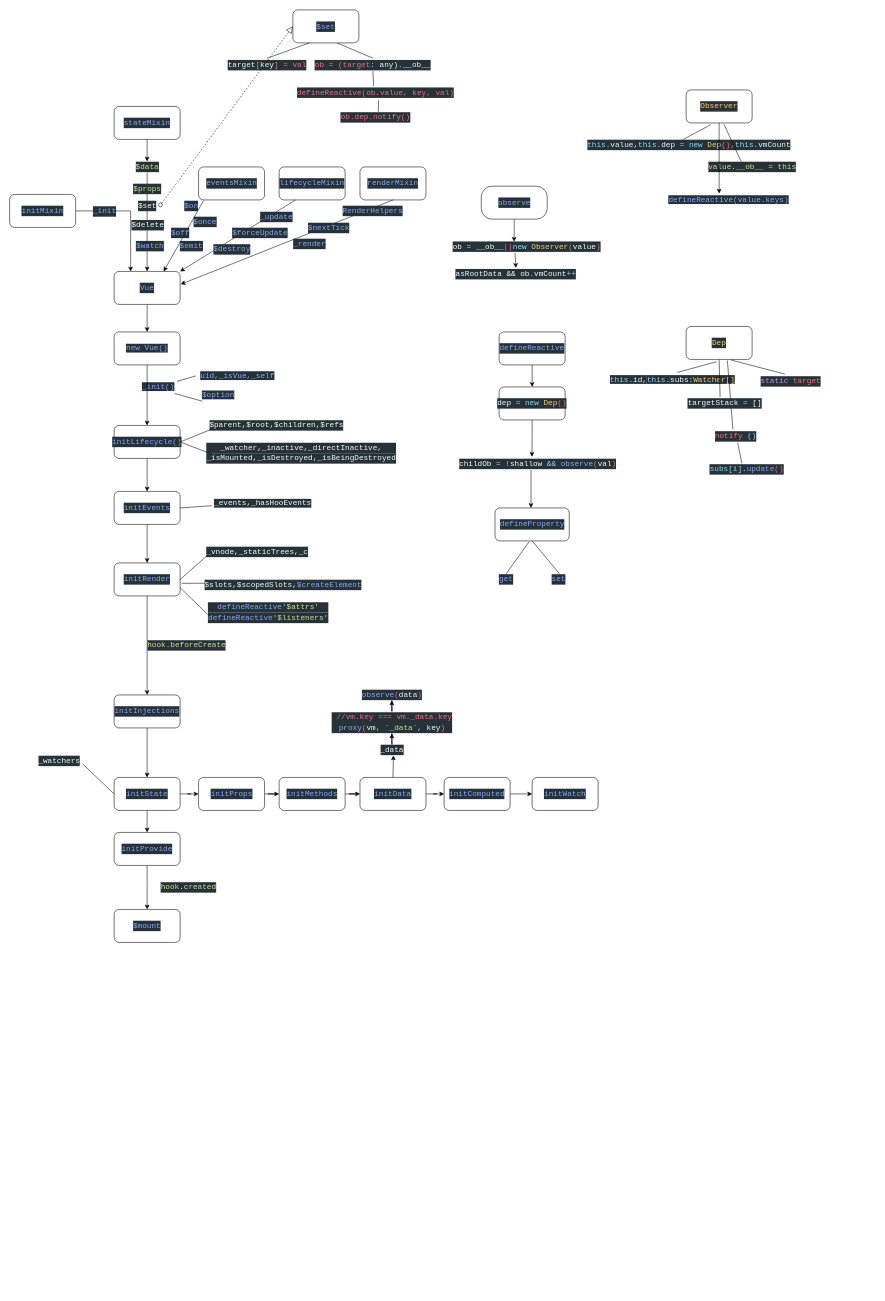
Earlier version of the draw.io diagram VueTimeline.drawio (Immanding/instanceTimeline). Source tidied: cells renumbered, new cells numbered last; positions are measured from the earlier drawing's top-left corner, leaving out a move shared by most shapes. Both pictures are drawn from the tidied source at 55%, with x=0, y=0 at pixel (9, 9).
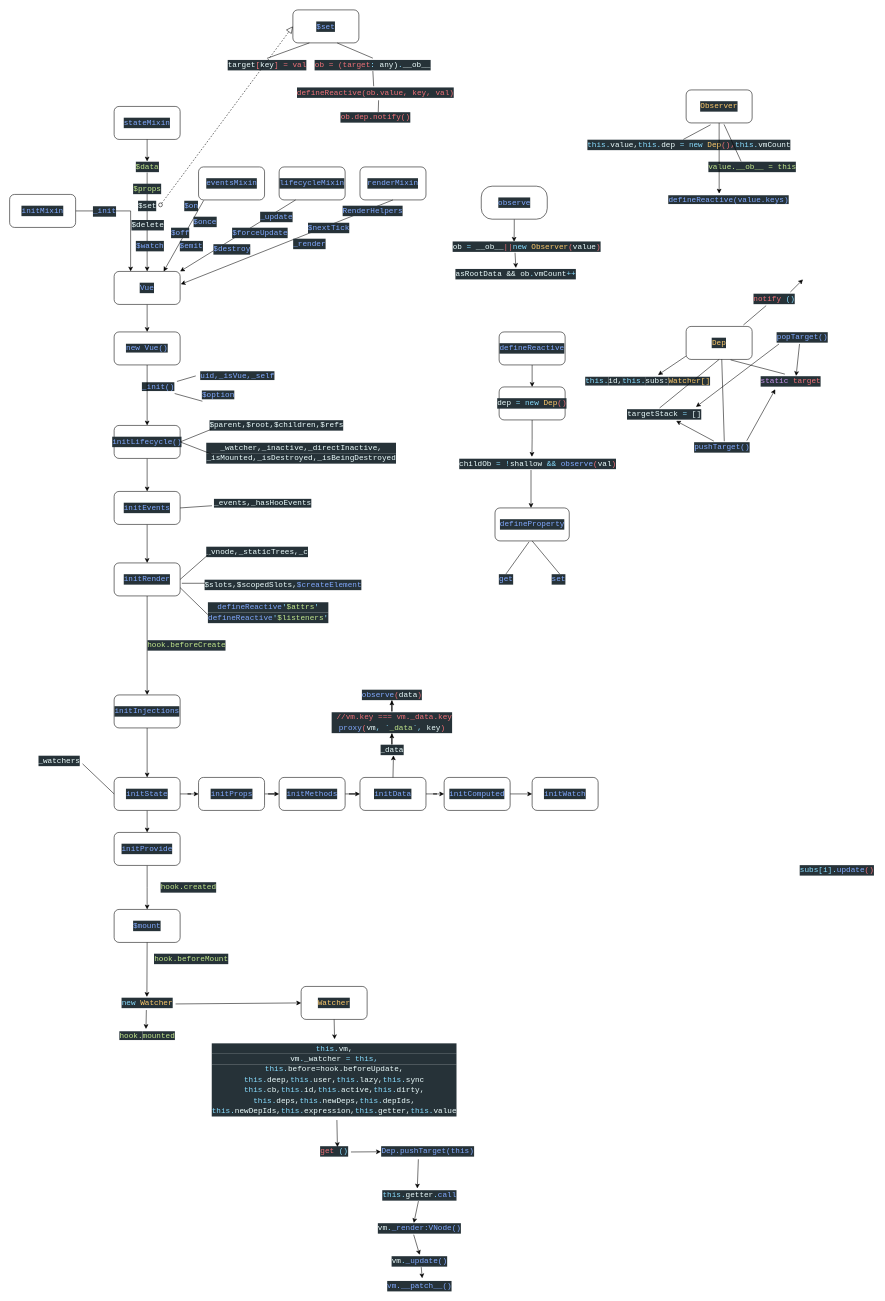
Above is the later version.

Unchanged cells that the change refers to:
```xml
<mxCell id="28" value="&lt;div style=&quot;color: rgb(238 , 255 , 255) ; background-color: rgb(38 , 50 , 56) ; font-family: &amp;#34;consolas&amp;#34; , &amp;#34;courier new&amp;#34; , monospace ; font-size: 14px ; line-height: 19px ; white-space: pre&quot;&gt;&lt;span style=&quot;color: #82aaff&quot;&gt;$mount&lt;/span&gt;&lt;/div&gt;" style="rounded=1;whiteSpace=wrap;html=1;" parent="1" vertex="1">
  <mxGeometry x="190" y="1636" width="120" height="60" as="geometry" />
</mxCell>
<mxCell id="84" value="&lt;div style=&quot;color: rgb(238 , 255 , 255) ; background-color: rgb(38 , 50 , 56) ; font-family: &amp;#34;consolas&amp;#34; , &amp;#34;courier new&amp;#34; , monospace ; font-size: 14px ; line-height: 19px ; white-space: pre&quot;&gt;&lt;span style=&quot;color: #ffcb6b&quot;&gt;Dep&lt;/span&gt;&lt;/div&gt;" style="rounded=1;whiteSpace=wrap;html=1;" parent="1" vertex="1">
  <mxGeometry x="1230" y="576" width="120" height="60" as="geometry" />
</mxCell>
<mxCell id="122" value="&lt;div style=&quot;color: rgb(238 , 255 , 255) ; background-color: rgb(38 , 50 , 56) ; font-family: &amp;#34;consolas&amp;#34; , &amp;#34;courier new&amp;#34; , monospace ; font-size: 14px ; line-height: 19px ; white-space: pre&quot;&gt;&lt;span style=&quot;color: #c792ea&quot;&gt;static&lt;/span&gt;&amp;nbsp;&lt;span style=&quot;color: #f07178&quot;&gt;target&lt;/span&gt;&lt;/div&gt;" style="text;html=1;align=center;verticalAlign=middle;points=[];" parent="1" vertex="1">
  <mxGeometry x="1360" y="666" width="120" height="20" as="geometry" />
</mxCell>
```

Diff of the diagram source:
```diff
@@
     <mxCell id="85" value="&lt;span style=&quot;font-family: &amp;#34;consolas&amp;#34; , &amp;#34;courier new&amp;#34; , monospace ; font-size: 14px ; white-space: pre ; background-color: rgb(38 , 50 , 56) ; color: rgb(137 , 221 , 255)&quot;&gt;this.&lt;/span&gt;&lt;span style=&quot;color: rgb(238 , 255 , 255) ; font-family: &amp;#34;consolas&amp;#34; , &amp;#34;courier new&amp;#34; , monospace ; font-size: 14px ; white-space: pre ; background-color: rgb(38 , 50 , 56)&quot;&gt;id,&lt;/span&gt;&lt;span style=&quot;font-family: &amp;#34;consolas&amp;#34; , &amp;#34;courier new&amp;#34; , monospace ; font-size: 14px ; white-space: pre ; background-color: rgb(38 , 50 , 56) ; color: rgb(137 , 221 , 255)&quot;&gt;this.&lt;/span&gt;&lt;span style=&quot;color: rgb(238 , 255 , 255) ; font-family: &amp;#34;consolas&amp;#34; , &amp;#34;courier new&amp;#34; , monospace ; font-size: 14px ; white-space: pre ; background-color: rgb(38 , 50 , 56)&quot;&gt;subs:&lt;/span&gt;&lt;span style=&quot;font-family: &amp;#34;consolas&amp;#34; , &amp;#34;courier new&amp;#34; , monospace ; font-size: 14px ; white-space: pre ; background-color: rgb(38 , 50 , 56)&quot;&gt;&lt;font color=&quot;#ffcb6b&quot;&gt;Watcher[]&lt;/font&gt;&lt;/span&gt;" style="text;html=1;align=center;verticalAlign=middle;points=[];" parent="1" vertex="1">
-      <mxGeometry x="1095" y="663" width="220" height="20" as="geometry" />
+      <mxGeometry x="1050" y="666" width="220" height="20" as="geometry" />
     </mxCell>
-    <mxCell id="86" style="endArrow=none;html=1;entryX=0.461;entryY=1.069;entryDx=0;entryDy=0;entryPerimeter=0;exitX=0.541;exitY=-0.167;exitDx=0;exitDy=0;exitPerimeter=0;" parent="1" edge="1" source="85" target="84">
-      <mxGeometry relative="1" as="geometry" />
-    </mxCell>
@@
     <mxCell id="119" value="&lt;div style=&quot;color: rgb(238 , 255 , 255) ; background-color: rgb(38 , 50 , 56) ; font-family: &amp;#34;consolas&amp;#34; , &amp;#34;courier new&amp;#34; , monospace ; font-size: 14px ; line-height: 19px ; white-space: pre&quot;&gt;&lt;span style=&quot;color: #f07178&quot;&gt;notify&lt;/span&gt;&amp;nbsp;&lt;span style=&quot;color: #89ddff&quot;&gt;()&lt;/span&gt;&lt;/div&gt;" style="text;html=1;align=center;verticalAlign=middle;points=[];" parent="1" vertex="1">
-      <mxGeometry x="1280" y="766" width="80" height="20" as="geometry" />
+      <mxGeometry x="1350" y="516" width="80" height="20" as="geometry" />
     </mxCell>
-    <mxCell id="120" style="endArrow=none;html=1;exitX=0.625;exitY=1.033;exitDx=0;exitDy=0;exitPerimeter=0;entryX=0.438;entryY=-0.15;entryDx=0;entryDy=0;entryPerimeter=0;" parent="1" edge="1" source="84" target="119">
-      <mxGeometry relative="1" as="geometry" />
-    </mxCell>
@@
     <mxCell id="123" value="&lt;div style=&quot;color: rgb(238 , 255 , 255) ; background-color: rgb(38 , 50 , 56) ; font-family: &amp;#34;consolas&amp;#34; , &amp;#34;courier new&amp;#34; , monospace ; font-size: 14px ; line-height: 19px ; white-space: pre&quot;&gt;targetStack&amp;nbsp;&lt;span style=&quot;color: #89ddff&quot;&gt;=&lt;/span&gt;&amp;nbsp;[]&lt;/div&gt;" style="text;html=1;align=center;verticalAlign=middle;points=[];" parent="1" vertex="1">
-      <mxGeometry x="1230" y="706" width="140" height="20" as="geometry" />
+      <mxGeometry x="1120" y="726" width="140" height="20" as="geometry" />
     </mxCell>
@@
     <mxCell id="125" value="&lt;div style=&quot;color: rgb(238 , 255 , 255) ; background-color: rgb(38 , 50 , 56) ; font-family: &amp;#34;consolas&amp;#34; , &amp;#34;courier new&amp;#34; , monospace ; font-size: 14px ; line-height: 19px ; white-space: pre&quot;&gt;&lt;span style=&quot;color: #89ddff&quot;&gt;subs[i].&lt;/span&gt;&lt;span style=&quot;color: #82aaff&quot;&gt;update&lt;/span&gt;&lt;span style=&quot;color: #f07178&quot;&gt;()&lt;/span&gt;&lt;/div&gt;" style="text;html=1;align=center;verticalAlign=middle;points=[];" parent="1" vertex="1">
-      <mxGeometry x="1270" y="826" width="140" height="20" as="geometry" />
+      <mxGeometry x="1434" y="1554.5" width="140" height="20" as="geometry" />
     </mxCell>
-    <mxCell id="126" style="endArrow=none;html=1;entryX=0.547;entryY=1.059;entryDx=0;entryDy=0;entryPerimeter=0;exitX=0.438;exitY=-0.045;exitDx=0;exitDy=0;exitPerimeter=0;" parent="1" edge="1" source="125" target="119">
-      <mxGeometry relative="1" as="geometry" />
-    </mxCell>
+    <mxCell id="127" value="&lt;div style=&quot;color: rgb(238 , 255 , 255) ; background-color: rgb(38 , 50 , 56) ; font-family: &amp;#34;consolas&amp;#34; , &amp;#34;courier new&amp;#34; , monospace ; font-size: 14px ; line-height: 19px ; white-space: pre&quot;&gt;&lt;span style=&quot;color: #c3e88d&quot;&gt;hook.beforeMount&lt;/span&gt;&lt;/div&gt;" style="text;html=1;align=center;verticalAlign=middle;" parent="1" vertex="1">
+      <mxGeometry x="260" y="1716" width="140" height="20" as="geometry" />
+    </mxCell>
+    <mxCell id="128" value="&lt;div style=&quot;color: rgb(238 , 255 , 255) ; background-color: rgb(38 , 50 , 56) ; font-family: &amp;#34;consolas&amp;#34; , &amp;#34;courier new&amp;#34; , monospace ; font-size: 14px ; line-height: 19px ; white-space: pre&quot;&gt;&lt;span style=&quot;color: #89ddff&quot;&gt;new&lt;/span&gt;&lt;span style=&quot;color: #f07178&quot;&gt;&amp;nbsp;&lt;/span&gt;&lt;span style=&quot;color: #ffcb6b&quot;&gt;Watcher&lt;/span&gt;&lt;/div&gt;" style="text;html=1;align=center;verticalAlign=middle;points=[];" parent="1" vertex="1">
+      <mxGeometry x="200" y="1796" width="100" height="20" as="geometry" />
+    </mxCell>
+    <mxCell id="129" style="endArrow=classic;html=1;exitX=0.5;exitY=1;exitDx=0;exitDy=0;entryX=0.496;entryY=-0.05;entryDx=0;entryDy=0;entryPerimeter=0;" parent="1" edge="1" source="28" target="128">
+      <mxGeometry relative="1" as="geometry" />
+    </mxCell>
+    <mxCell id="130" value="&lt;span style=&quot;color: rgb(195 , 232 , 141) ; font-family: &amp;#34;consolas&amp;#34; , &amp;#34;courier new&amp;#34; , monospace ; font-size: 14px ; white-space: pre ; background-color: rgb(38 , 50 , 56)&quot;&gt;hook.&lt;/span&gt;&lt;span style=&quot;color: rgb(195 , 232 , 141) ; background-color: rgb(38 , 50 , 56) ; font-family: &amp;#34;consolas&amp;#34; , &amp;#34;courier new&amp;#34; , monospace ; font-size: 14px ; white-space: pre&quot;&gt;mounted&lt;/span&gt;" style="text;html=1;align=center;verticalAlign=middle;points=[];" parent="1" vertex="1">
+      <mxGeometry x="195" y="1856" width="110" height="20" as="geometry" />
+    </mxCell>
+    <mxCell id="131" style="endArrow=classic;html=1;exitX=0.486;exitY=1.145;exitDx=0;exitDy=0;exitPerimeter=0;entryX=0.481;entryY=-0.131;entryDx=0;entryDy=0;entryPerimeter=0;" parent="1" edge="1" source="128" target="130">
+      <mxGeometry relative="1" as="geometry" />
+    </mxCell>
+    <mxCell id="132" value="&lt;div style=&quot;color: rgb(238 , 255 , 255) ; background-color: rgb(38 , 50 , 56) ; font-family: &amp;#34;consolas&amp;#34; , &amp;#34;courier new&amp;#34; , monospace ; font-size: 14px ; line-height: 19px ; white-space: pre&quot;&gt;&lt;br&gt;&lt;/div&gt;" style="text;html=1;align=center;verticalAlign=middle;" parent="1" vertex="1">
+      <mxGeometry x="530" y="1776" width="20" height="20" as="geometry" />
+    </mxCell>
+    <mxCell id="133" value="&lt;div style=&quot;color: rgb(238 , 255 , 255) ; background-color: rgb(38 , 50 , 56) ; font-family: &amp;#34;consolas&amp;#34; , &amp;#34;courier new&amp;#34; , monospace ; font-size: 14px ; line-height: 19px ; white-space: pre&quot;&gt;&lt;span style=&quot;color: #ffcb6b&quot;&gt;Watcher&lt;/span&gt;&lt;/div&gt;" style="rounded=1;whiteSpace=wrap;html=1;" parent="1" vertex="1">
+      <mxGeometry x="530" y="1776" width="120" height="60" as="geometry" />
+    </mxCell>
+    <mxCell id="134" value="&lt;div style=&quot;color: rgb(238 , 255 , 255) ; background-color: rgb(38 , 50 , 56) ; font-family: &amp;#34;consolas&amp;#34; , &amp;#34;courier new&amp;#34; , monospace ; font-size: 14px ; line-height: 19px ; white-space: pre&quot;&gt;&lt;span style=&quot;color: #89ddff&quot;&gt;this.&lt;/span&gt;vm,&lt;/div&gt;&lt;div style=&quot;color: rgb(238 , 255 , 255) ; background-color: rgb(38 , 50 , 56) ; font-family: &amp;#34;consolas&amp;#34; , &amp;#34;courier new&amp;#34; , monospace ; font-size: 14px ; line-height: 19px ; white-space: pre&quot;&gt;&lt;span style=&quot;font-family: &amp;#34;consolas&amp;#34; , &amp;#34;courier new&amp;#34; , monospace&quot;&gt;vm&lt;/span&gt;&lt;span style=&quot;font-family: &amp;#34;consolas&amp;#34; , &amp;#34;courier new&amp;#34; , monospace ; color: rgb(137 , 221 , 255)&quot;&gt;.&lt;/span&gt;&lt;span style=&quot;font-family: &amp;#34;consolas&amp;#34; , &amp;#34;courier new&amp;#34; , monospace&quot;&gt;_watcher&lt;/span&gt;&lt;span style=&quot;font-family: &amp;#34;consolas&amp;#34; , &amp;#34;courier new&amp;#34; , monospace ; color: rgb(240 , 113 , 120)&quot;&gt;&amp;nbsp;&lt;/span&gt;&lt;span style=&quot;font-family: &amp;#34;consolas&amp;#34; , &amp;#34;courier new&amp;#34; , monospace ; color: rgb(137 , 221 , 255)&quot;&gt;=&lt;/span&gt;&lt;span style=&quot;font-family: &amp;#34;consolas&amp;#34; , &amp;#34;courier new&amp;#34; , monospace ; color: rgb(240 , 113 , 120)&quot;&gt;&amp;nbsp;&lt;/span&gt;&lt;span style=&quot;font-family: &amp;#34;consolas&amp;#34; , &amp;#34;courier new&amp;#34; , monospace ; color: rgb(137 , 221 , 255)&quot;&gt;this,&lt;/span&gt;&lt;/div&gt;&lt;div style=&quot;color: rgb(238 , 255 , 255) ; background-color: rgb(38 , 50 , 56) ; font-family: &amp;#34;consolas&amp;#34; , &amp;#34;courier new&amp;#34; , monospace ; font-size: 14px ; line-height: 19px ; white-space: pre&quot;&gt;&lt;div style=&quot;font-family: &amp;#34;consolas&amp;#34; , &amp;#34;courier new&amp;#34; , monospace ; line-height: 19px&quot;&gt;&lt;span style=&quot;color: #89ddff&quot;&gt;this.&lt;/span&gt;before=hook.beforeUpdate,&lt;/div&gt;&lt;div style=&quot;font-family: &amp;#34;consolas&amp;#34; , &amp;#34;courier new&amp;#34; , monospace ; line-height: 19px&quot;&gt;&lt;div style=&quot;line-height: 19px&quot;&gt;&lt;span style=&quot;color: #89ddff&quot;&gt;this.&lt;/span&gt;deep,&lt;span style=&quot;color: rgb(137 , 221 , 255)&quot;&gt;this.&lt;/span&gt;user,&lt;span style=&quot;color: rgb(137 , 221 , 255)&quot;&gt;this.&lt;/span&gt;lazy,&lt;span style=&quot;color: rgb(137 , 221 , 255)&quot;&gt;this.&lt;/span&gt;sync&lt;/div&gt;&lt;div style=&quot;line-height: 19px&quot;&gt;&lt;div style=&quot;font-family: &amp;#34;consolas&amp;#34; , &amp;#34;courier new&amp;#34; , monospace ; line-height: 19px&quot;&gt;&lt;span style=&quot;color: #89ddff&quot;&gt;this.&lt;/span&gt;cb,&lt;span style=&quot;color: rgb(137 , 221 , 255)&quot;&gt;this.&lt;/span&gt;id,&lt;span style=&quot;color: rgb(137 , 221 , 255)&quot;&gt;this.&lt;/span&gt;active,&lt;span style=&quot;color: rgb(137 , 221 , 255)&quot;&gt;this.&lt;/span&gt;dirty,&lt;/div&gt;&lt;div style=&quot;font-family: &amp;#34;consolas&amp;#34; , &amp;#34;courier new&amp;#34; , monospace ; line-height: 19px&quot;&gt;&lt;div style=&quot;line-height: 19px&quot;&gt;&lt;span style=&quot;color: #89ddff&quot;&gt;this.&lt;/span&gt;deps,&lt;span style=&quot;color: rgb(137 , 221 , 255)&quot;&gt;this.&lt;/span&gt;newDeps,&lt;span style=&quot;color: rgb(137 , 221 , 255)&quot;&gt;this.&lt;/span&gt;depIds,&lt;/div&gt;&lt;div style=&quot;line-height: 19px&quot;&gt;&lt;div style=&quot;line-height: 19px&quot;&gt;&lt;span style=&quot;color: #89ddff&quot;&gt;this.&lt;/span&gt;newDepIds,&lt;span style=&quot;color: rgb(137 , 221 , 255)&quot;&gt;this.&lt;/span&gt;expression,&lt;span style=&quot;color: rgb(137 , 221 , 255)&quot;&gt;this.&lt;/span&gt;getter,&lt;span style=&quot;color: rgb(137 , 221 , 255)&quot;&gt;this.&lt;/span&gt;value&lt;/div&gt;&lt;/div&gt;&lt;/div&gt;&lt;/div&gt;&lt;/div&gt;&lt;/div&gt;" style="text;html=1;align=center;verticalAlign=middle;points=[];" parent="1" vertex="1">
+      <mxGeometry x="380" y="1876" width="420" height="140" as="geometry" />
+    </mxCell>
+    <mxCell id="135" style="endArrow=classic;html=1;exitX=0.5;exitY=1;exitDx=0;exitDy=0;entryX=0.502;entryY=-0.029;entryDx=0;entryDy=0;entryPerimeter=0;" parent="1" edge="1" source="133" target="134">
+      <mxGeometry relative="1" as="geometry" />
+    </mxCell>
+    <mxCell id="136" value="&lt;div style=&quot;color: rgb(238 , 255 , 255) ; background-color: rgb(38 , 50 , 56) ; font-family: &amp;#34;consolas&amp;#34; , &amp;#34;courier new&amp;#34; , monospace ; font-size: 14px ; line-height: 19px ; white-space: pre&quot;&gt;&lt;span style=&quot;color: #f07178&quot;&gt;get&lt;/span&gt;&amp;nbsp;&lt;span style=&quot;color: #89ddff&quot;&gt;()&lt;/span&gt;&lt;/div&gt;" style="text;html=1;align=center;verticalAlign=middle;points=[];" parent="1" vertex="1">
+      <mxGeometry x="560" y="2066" width="60" height="20" as="geometry" />
+    </mxCell>
+    <mxCell id="137" style="endArrow=classic;html=1;exitX=0.512;exitY=1.021;exitDx=0;exitDy=0;exitPerimeter=0;entryX=0.6;entryY=0.1;entryDx=0;entryDy=0;entryPerimeter=0;" parent="1" edge="1" source="134" target="136">
+      <mxGeometry relative="1" as="geometry" />
+    </mxCell>
+    <mxCell id="138" value="&lt;div style=&quot;color: rgb(238 , 255 , 255) ; background-color: rgb(38 , 50 , 56) ; font-family: &amp;#34;consolas&amp;#34; , &amp;#34;courier new&amp;#34; , monospace ; font-size: 14px ; line-height: 19px ; white-space: pre&quot;&gt;&lt;span style=&quot;color: #82aaff&quot;&gt;pushTarget()&lt;/span&gt;&lt;/div&gt;" style="text;html=1;align=center;verticalAlign=middle;points=[];" parent="1" vertex="1">
+      <mxGeometry x="1240" y="786" width="110" height="20" as="geometry" />
+    </mxCell>
+    <mxCell id="139" style="endArrow=classic;html=1;entryX=0.657;entryY=1.092;entryDx=0;entryDy=0;entryPerimeter=0;exitX=0.367;exitY=-0.075;exitDx=0;exitDy=0;exitPerimeter=0;" parent="1" edge="1" source="138" target="123">
+      <mxGeometry relative="1" as="geometry" />
+    </mxCell>
+    <mxCell id="140" style="endArrow=classic;html=1;exitX=0.912;exitY=-0.117;exitDx=0;exitDy=0;exitPerimeter=0;entryX=0.267;entryY=1.217;entryDx=0;entryDy=0;entryPerimeter=0;" parent="1" edge="1" source="138" target="122">
+      <mxGeometry relative="1" as="geometry" />
+    </mxCell>
+    <mxCell id="141" style="endArrow=classic;html=1;exitX=1.01;exitY=0.55;exitDx=0;exitDy=0;exitPerimeter=0;" parent="1" edge="1" source="136" target="142">
+      <mxGeometry relative="1" as="geometry" />
+    </mxCell>
+    <mxCell id="142" value="&lt;div style=&quot;color: rgb(238 , 255 , 255) ; background-color: rgb(38 , 50 , 56) ; font-family: &amp;#34;consolas&amp;#34; , &amp;#34;courier new&amp;#34; , monospace ; font-size: 14px ; line-height: 19px ; white-space: pre&quot;&gt;&lt;span style=&quot;color: #82aaff&quot;&gt;Dep.pushTarget(this)&lt;/span&gt;&lt;/div&gt;" style="text;html=1;align=center;verticalAlign=middle;points=[];" parent="1" vertex="1">
+      <mxGeometry x="675" y="2066" width="170" height="20" as="geometry" />
+    </mxCell>
+    <mxCell id="143" style="endArrow=classic;html=1;exitX=0.401;exitY=1.214;exitDx=0;exitDy=0;exitPerimeter=0;entryX=0.473;entryY=-0.131;entryDx=0;entryDy=0;entryPerimeter=0;" parent="1" edge="1" source="142" target="144">
+      <mxGeometry relative="1" as="geometry" />
+    </mxCell>
+    <mxCell id="144" value="&lt;div style=&quot;color: rgb(238 , 255 , 255) ; background-color: rgb(38 , 50 , 56) ; font-family: &amp;#34;consolas&amp;#34; , &amp;#34;courier new&amp;#34; , monospace ; font-size: 14px ; line-height: 19px ; white-space: pre&quot;&gt;&lt;span style=&quot;color: #89ddff&quot;&gt;this.&lt;/span&gt;getter&lt;span style=&quot;color: #89ddff&quot;&gt;.&lt;/span&gt;&lt;span style=&quot;color: #82aaff&quot;&gt;call&lt;/span&gt;&lt;/div&gt;" style="text;html=1;align=center;verticalAlign=middle;points=[];" parent="1" vertex="1">
+      <mxGeometry x="675" y="2146" width="140" height="20" as="geometry" />
+    </mxCell>
+    <mxCell id="145" value="&lt;div style=&quot;color: rgb(238 , 255 , 255) ; background-color: rgb(38 , 50 , 56) ; font-family: &amp;#34;consolas&amp;#34; , &amp;#34;courier new&amp;#34; , monospace ; font-size: 14px ; line-height: 19px ; white-space: pre&quot;&gt;vm&lt;span style=&quot;color: #89ddff&quot;&gt;.&lt;/span&gt;&lt;span style=&quot;color: #82aaff&quot;&gt;_update()&lt;/span&gt;&lt;/div&gt;" style="text;html=1;align=center;verticalAlign=middle;points=[];" parent="1" vertex="1">
+      <mxGeometry x="690" y="2266" width="110" height="20" as="geometry" />
+    </mxCell>
+    <mxCell id="146" style="endArrow=classic;html=1;exitX=0.488;exitY=1.014;exitDx=0;exitDy=0;exitPerimeter=0;entryX=0.433;entryY=0;entryDx=0;entryDy=0;entryPerimeter=0;" parent="1" edge="1" source="144" target="148">
+      <mxGeometry relative="1" as="geometry" />
+    </mxCell>
+    <mxCell id="147" style="endArrow=classic;html=1;exitX=0.431;exitY=1.071;exitDx=0;exitDy=0;exitPerimeter=0;entryX=0.505;entryY=-0.1;entryDx=0;entryDy=0;entryPerimeter=0;" parent="1" edge="1" source="148" target="145">
+      <mxGeometry relative="1" as="geometry" />
+    </mxCell>
+    <mxCell id="148" value="&lt;div style=&quot;color: rgb(238 , 255 , 255) ; background-color: rgb(38 , 50 , 56) ; font-family: &amp;#34;consolas&amp;#34; , &amp;#34;courier new&amp;#34; , monospace ; font-size: 14px ; line-height: 19px ; white-space: pre&quot;&gt;vm&lt;span style=&quot;color: rgb(137 , 221 , 255)&quot;&gt;.&lt;/span&gt;&lt;span style=&quot;color: rgb(130 , 170 , 255)&quot;&gt;_render:VNode()&lt;/span&gt;&lt;/div&gt;" style="text;html=1;align=center;verticalAlign=middle;points=[];" parent="1" vertex="1">
+      <mxGeometry x="670" y="2206" width="150" height="20" as="geometry" />
+    </mxCell>
+    <mxCell id="149" value="&lt;div style=&quot;color: rgb(238 , 255 , 255) ; background-color: rgb(38 , 50 , 56) ; font-family: &amp;#34;consolas&amp;#34; , &amp;#34;courier new&amp;#34; , monospace ; font-size: 14px ; line-height: 19px ; white-space: pre&quot;&gt;&lt;span style=&quot;color: #82aaff&quot;&gt;vm.__patch__()&lt;/span&gt;&lt;/div&gt;" style="text;html=1;align=center;verticalAlign=middle;points=[];" parent="1" vertex="1">
+      <mxGeometry x="685" y="2310.5" width="120" height="20" as="geometry" />
+    </mxCell>
+    <mxCell id="150" style="endArrow=classic;html=1;exitX=0.531;exitY=1.014;exitDx=0;exitDy=0;exitPerimeter=0;entryX=0.543;entryY=-0.197;entryDx=0;entryDy=0;entryPerimeter=0;" parent="1" edge="1" source="145" target="149">
+      <mxGeometry relative="1" as="geometry" />
+    </mxCell>
+    <mxCell id="151" style="endArrow=classic;html=1;exitX=-0.002;exitY=0.9;exitDx=0;exitDy=0;exitPerimeter=0;entryX=0.586;entryY=-0.086;entryDx=0;entryDy=0;entryPerimeter=0;" parent="1" edge="1" source="84" target="85">
+      <mxGeometry relative="1" as="geometry" />
+    </mxCell>
+    <mxCell id="152" style="endArrow=none;html=1;entryX=0.54;entryY=0.995;entryDx=0;entryDy=0;entryPerimeter=0;exitX=0.54;exitY=-0.057;exitDx=0;exitDy=0;exitPerimeter=0;" parent="1" edge="1" source="138" target="84">
+      <mxGeometry relative="1" as="geometry" />
+    </mxCell>
+    <mxCell id="153" value="&lt;div style=&quot;color: rgb(238 , 255 , 255) ; background-color: rgb(38 , 50 , 56) ; font-family: &amp;#34;consolas&amp;#34; , &amp;#34;courier new&amp;#34; , monospace ; font-size: 14px ; line-height: 19px ; white-space: pre&quot;&gt;&lt;span style=&quot;color: #82aaff&quot;&gt;popTarget()&lt;/span&gt;&lt;/div&gt;" style="text;html=1;align=center;verticalAlign=middle;points=[];" parent="1" vertex="1">
+      <mxGeometry x="1391" y="586" width="100" height="20" as="geometry" />
+    </mxCell>
+    <mxCell id="154" style="endArrow=classic;html=1;exitX=0.452;exitY=1.093;exitDx=0;exitDy=0;exitPerimeter=0;entryX=0.583;entryY=0;entryDx=0;entryDy=0;entryPerimeter=0;" parent="1" edge="1" source="153" target="122">
+      <mxGeometry relative="1" as="geometry" />
+    </mxCell>
+    <mxCell id="155" style="endArrow=classic;html=1;exitX=0.079;exitY=1.093;exitDx=0;exitDy=0;exitPerimeter=0;entryX=0.914;entryY=-0.183;entryDx=0;entryDy=0;entryPerimeter=0;" parent="1" edge="1" source="153" target="123">
+      <mxGeometry relative="1" as="geometry" />
+    </mxCell>
+    <mxCell id="120" style="endArrow=none;html=1;exitX=0.868;exitY=-0.044;exitDx=0;exitDy=0;exitPerimeter=0;entryX=0.319;entryY=1.11;entryDx=0;entryDy=0;entryPerimeter=0;" parent="1" edge="1" source="84" target="119">
+      <mxGeometry relative="1" as="geometry" />
+    </mxCell>
+    <mxCell id="156" style="endArrow=classic;html=1;entryX=0.06;entryY=0.981;entryDx=0;entryDy=0;entryPerimeter=0;exitX=0.87;exitY=-0.131;exitDx=0;exitDy=0;exitPerimeter=0;" parent="1" edge="1" source="119">
+      <mxGeometry relative="1" as="geometry">
+        <mxPoint x="1442.4" y="490.6" as="targetPoint" />
+      </mxGeometry>
+    </mxCell>
+    <mxCell id="157" style="endArrow=classic;html=1;exitX=1.017;exitY=0.593;exitDx=0;exitDy=0;exitPerimeter=0;entryX=0;entryY=0.5;entryDx=0;entryDy=0;" parent="1" edge="1" source="128" target="133">
+      <mxGeometry relative="1" as="geometry" />
+    </mxCell>
```
